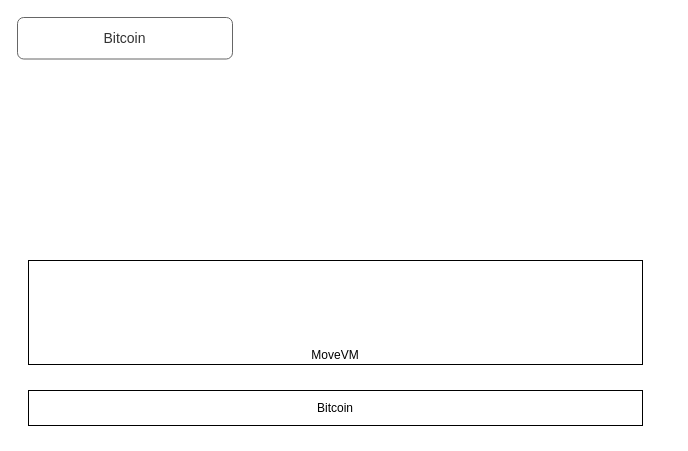
Before: page "move on bitcoin" (6 of 6) of docs/website/public/docs/bbsr.drawio in rooch-network/rooch, a draw.io diagram. Source tidied: cells renumbered, new cells numbered last; positions are measured from the earlier drawing's top-left corner, leaving out a move shared by most shapes. Both pictures are drawn from the tidied source at 100%, with x=0, y=0 at pixel (17, 17).
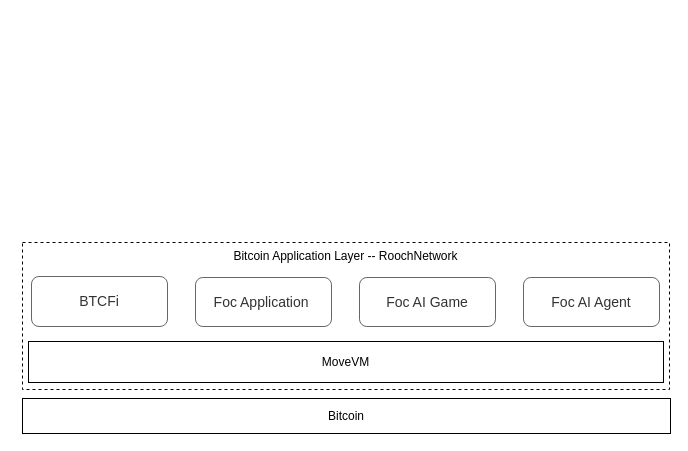
Above is the later version.

What changed in the source:
```diff
@@
 <mxGraphModel>
   <root>
     <mxCell id="0" />
     <mxCell id="1" parent="0" />
-    <mxCell id="2" value="Bitcoin" style="rounded=1;whiteSpace=wrap;html=1;verticalAlign=middle;labelBackgroundColor=none;fillColor=none;fontColor=#333333;strokeColor=#666666;fontSize=14;" parent="1" vertex="1">
-      <mxGeometry width="215" height="41.5" as="geometry" />
-    </mxCell>
+    <mxCell id="5" value="Bitcoin Application Layer -- RoochNetwork" style="rounded=0;whiteSpace=wrap;html=1;verticalAlign=top;dashed=1;" parent="1" vertex="1">
+      <mxGeometry x="5" y="225" width="647" height="147" as="geometry" />
+    </mxCell>
     <mxCell id="3" value="Bitcoin" style="rounded=0;whiteSpace=wrap;html=1;" parent="1" vertex="1">
-      <mxGeometry x="11" y="373" width="614" height="35" as="geometry" />
+      <mxGeometry x="5" y="381" width="648" height="35" as="geometry" />
     </mxCell>
-    <mxCell id="4" value="MoveVM" style="rounded=0;whiteSpace=wrap;html=1;verticalAlign=bottom;" parent="1" vertex="1">
-      <mxGeometry x="11" y="243" width="614" height="104" as="geometry" />
+    <mxCell id="4" value="MoveVM" style="rounded=0;whiteSpace=wrap;html=1;verticalAlign=middle;" parent="1" vertex="1">
+      <mxGeometry x="11" y="324" width="635" height="41" as="geometry" />
     </mxCell>
+    <mxCell id="2" value="BTCFi" style="rounded=1;whiteSpace=wrap;html=1;verticalAlign=middle;labelBackgroundColor=none;fillColor=none;fontColor=#333333;strokeColor=#666666;fontSize=14;" parent="1" vertex="1">
+      <mxGeometry x="14" y="259" width="136" height="50" as="geometry" />
+    </mxCell>
+    <mxCell id="6" value="Foc Application&amp;nbsp;" style="rounded=1;whiteSpace=wrap;html=1;verticalAlign=middle;labelBackgroundColor=none;fillColor=none;fontColor=#333333;strokeColor=#666666;fontSize=14;" parent="1" vertex="1">
+      <mxGeometry x="178" y="260" width="136" height="49" as="geometry" />
+    </mxCell>
+    <mxCell id="7" value="Foc AI Game" style="rounded=1;whiteSpace=wrap;html=1;verticalAlign=middle;labelBackgroundColor=none;fillColor=none;fontColor=#333333;strokeColor=#666666;fontSize=14;" parent="1" vertex="1">
+      <mxGeometry x="342" y="260" width="136" height="49" as="geometry" />
+    </mxCell>
+    <mxCell id="8" value="Foc AI Agent" style="rounded=1;whiteSpace=wrap;html=1;verticalAlign=middle;labelBackgroundColor=none;fillColor=none;fontColor=#333333;strokeColor=#666666;fontSize=14;" parent="1" vertex="1">
+      <mxGeometry x="506" y="260" width="136" height="49" as="geometry" />
+    </mxCell>
   </root>
 </mxGraphModel>
```
